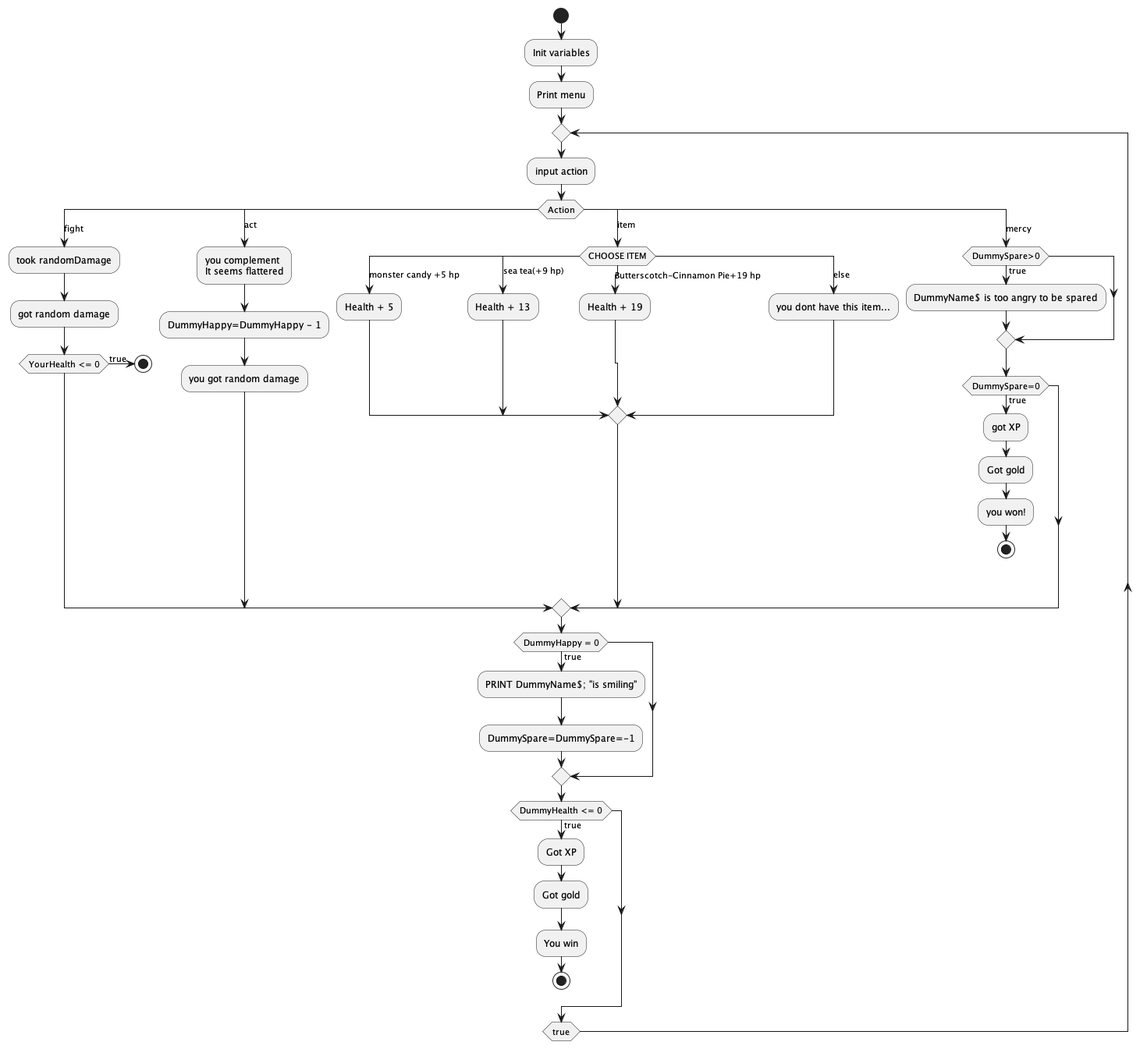
Earlier version of the PlantUML export ProgramStructure.png (DanilKorotenko/AntonGame3).
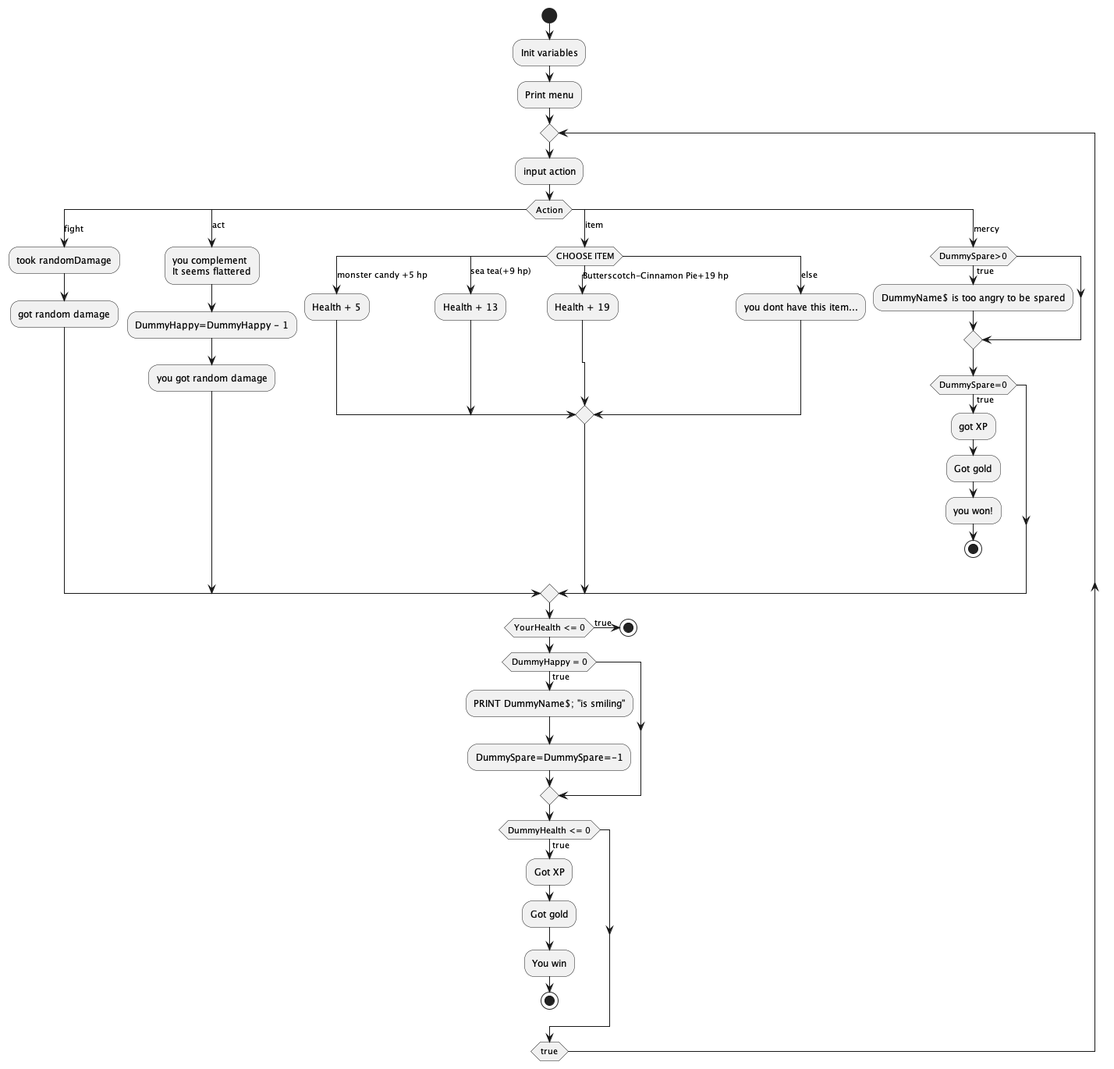
Above is the later version.

Change to the diagram source:
```diff
@@ -12,9 +12,6 @@
 case (fight)
     :took randomDamage;
     :got random damage;
-    if (YourHealth <= 0) then (true)
-        stop
-    endif
 
 case (act)
     :you complement
@@ -49,6 +46,10 @@
 
 endswitch
 
+if (YourHealth <= 0) then (true)
+    stop
+endif
+
 if (DummyHappy = 0) then (true)
     :PRINT DummyName$; "is smiling";
     :DummySpare=DummySpare=-1;
```
